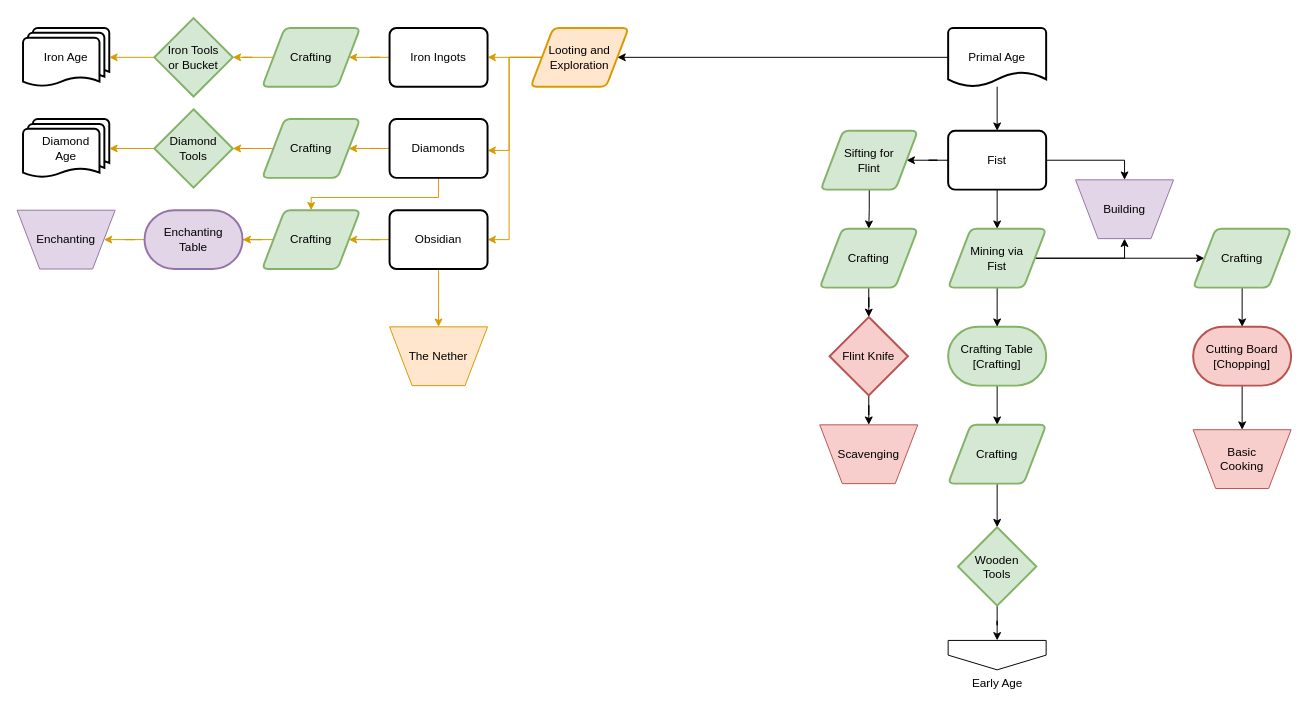
The draw.io diagram page "Primal Age" (3 of 7) of flowcharts/progression.drawio in MeepishRealms/Cog, before the edit. Source tidied: cells renumbered, new cells numbered last; positions are measured from the earlier drawing's top-left corner, leaving out a move shared by most shapes. Both pictures are drawn from the tidied source at 98%, with x=0, y=0 at pixel (17, 18).
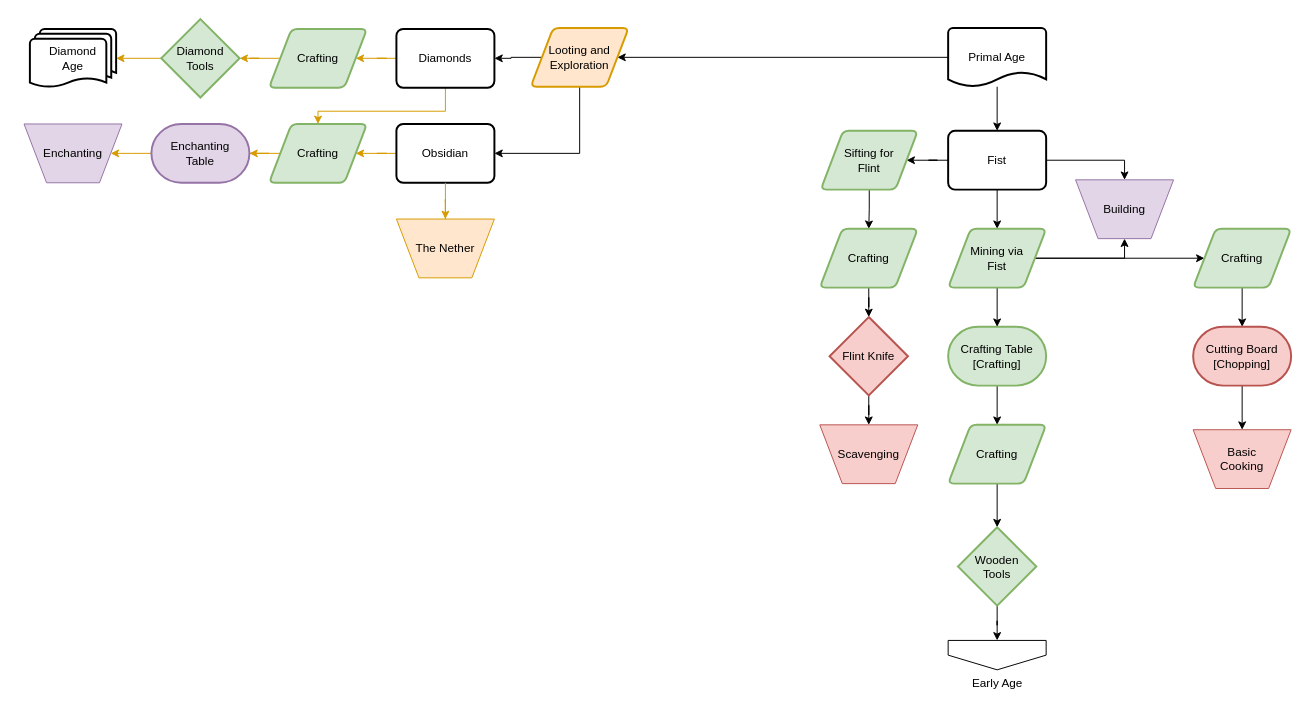
The same diagram, later.

The change refers to these unchanged cells:
```xml
<mxCell id="31" value="Looting and&lt;br&gt;Exploration" style="shape=parallelogram;html=1;strokeWidth=2;perimeter=parallelogramPerimeter;whiteSpace=wrap;rounded=1;arcSize=12;size=0.23;fillColor=#ffe6cc;strokeColor=#d79b00;" parent="1" vertex="1">
  <mxGeometry x="524" y="10" width="100" height="60" as="geometry" />
</mxCell>
```

The edit, as a diff of the source:
```diff
@@
-    <mxCell id="28" style="edgeStyle=orthogonalEdgeStyle;rounded=0;jettySize=auto;html=1;exitX=0;exitY=0.5;exitDx=0;exitDy=0;entryX=1;entryY=0.5;entryDx=0;entryDy=0;fillColor=#ffe6cc;strokeColor=#d79b00;" parent="1" edge="1" source="31" target="33">
-      <mxGeometry relative="1" as="geometry" />
-    </mxCell>
-    <mxCell id="29" style="edgeStyle=orthogonalEdgeStyle;rounded=0;jettySize=auto;html=1;exitX=0;exitY=0.5;exitDx=0;exitDy=0;fillColor=#ffe6cc;strokeColor=#d79b00;" parent="1" edge="1" target="39">
-      <mxGeometry relative="1" as="geometry">
-        <mxPoint x="537.5" y="40" as="sourcePoint" />
-        <Array as="points">
-          <mxPoint x="502" y="40" />
-          <mxPoint x="502" y="135" />
-        </Array>
-      </mxGeometry>
-    </mxCell>
+    <mxCell id="62" style="edgeStyle=orthogonalEdgeStyle;rounded=0;jettySize=auto;html=1;" parent="1" edge="1" source="31" target="39">
+      <mxGeometry relative="1" as="geometry" />
+    </mxCell>
-    <mxCell id="30" style="edgeStyle=orthogonalEdgeStyle;rounded=0;jettySize=auto;html=1;exitX=0;exitY=0.5;exitDx=0;exitDy=0;entryX=1;entryY=0.5;entryDx=0;entryDy=0;fillColor=#ffe6cc;strokeColor=#d79b00;" parent="1" edge="1" source="31" target="54">
+    <mxCell id="30" style="edgeStyle=orthogonalEdgeStyle;rounded=0;jettySize=auto;html=1;exitX=0.5;exitY=1;exitDx=0;exitDy=0;entryX=1;entryY=0.5;entryDx=0;entryDy=0;" parent="1" edge="1" source="31" target="54">
       <mxGeometry relative="1" as="geometry" />
     </mxCell>
@@
-    <mxCell id="32" style="edgeStyle=orthogonalEdgeStyle;rounded=0;jettySize=auto;html=1;exitX=0;exitY=0.5;exitDx=0;exitDy=0;fillColor=#ffe6cc;strokeColor=#d79b00;" parent="1" edge="1" source="33" target="48">
-      <mxGeometry relative="1" as="geometry" />
-    </mxCell>
-    <mxCell id="33" value="Iron Ingots" style="rounded=1;whiteSpace=wrap;html=1;absoluteArcSize=1;arcSize=14;strokeWidth=2;" parent="1" vertex="1">
-      <mxGeometry x="380" y="10" width="100" height="60" as="geometry" />
-    </mxCell>
@@
     <mxCell id="35" value="Crafting" style="shape=parallelogram;html=1;strokeWidth=2;perimeter=parallelogramPerimeter;whiteSpace=wrap;rounded=1;arcSize=12;size=0.23;fillColor=#d5e8d4;strokeColor=#82b366;" parent="1" vertex="1">
-      <mxGeometry x="250" y="103" width="100" height="60" as="geometry" />
+      <mxGeometry x="257" y="11" width="100" height="60" as="geometry" />
     </mxCell>
-    <mxCell id="36" value="Iron Age" style="strokeWidth=2;html=1;shape=mxgraph.flowchart.multi-document;whiteSpace=wrap;" parent="1" vertex="1">
-      <mxGeometry x="6" y="10" width="88" height="60" as="geometry" />
-    </mxCell>
@@
     <mxCell id="38" style="edgeStyle=orthogonalEdgeStyle;rounded=0;jettySize=auto;html=1;exitX=0.5;exitY=1;exitDx=0;exitDy=0;fillColor=#ffe6cc;strokeColor=#d79b00;" parent="1" edge="1" source="39" target="46">
       <mxGeometry relative="1" as="geometry">
         <Array as="points">
-          <mxPoint x="430" y="183" />
-          <mxPoint x="300" y="183" />
+          <mxPoint x="437" y="95" />
+          <mxPoint x="307" y="95" />
         </Array>
       </mxGeometry>
     </mxCell>
     <mxCell id="39" value="Diamonds" style="rounded=1;whiteSpace=wrap;html=1;absoluteArcSize=1;arcSize=14;strokeWidth=2;" parent="1" vertex="1">
-      <mxGeometry x="380" y="103" width="100" height="60" as="geometry" />
+      <mxGeometry x="387" y="11" width="100" height="60" as="geometry" />
     </mxCell>
     <mxCell id="40" value="Diamond&lt;br&gt;Age" style="strokeWidth=2;html=1;shape=mxgraph.flowchart.multi-document;whiteSpace=wrap;" parent="1" vertex="1">
-      <mxGeometry x="6" y="103" width="88" height="60" as="geometry" />
+      <mxGeometry x="13" y="11" width="88" height="60" as="geometry" />
     </mxCell>
-    <mxCell id="41" style="edgeStyle=orthogonalEdgeStyle;rounded=0;jettySize=auto;html=1;exitX=0;exitY=0.5;exitDx=0;exitDy=0;exitPerimeter=0;fillColor=#ffe6cc;strokeColor=#d79b00;" parent="1" edge="1" source="42" target="36">
-      <mxGeometry relative="1" as="geometry" />
-    </mxCell>
-    <mxCell id="42" value="Iron Tools&lt;br&gt;or Bucket" style="strokeWidth=2;html=1;shape=mxgraph.flowchart.decision;whiteSpace=wrap;fillColor=#d5e8d4;strokeColor=#82b366;" parent="1" vertex="1">
-      <mxGeometry x="140" width="80" height="80" as="geometry" />
-    </mxCell>
@@
     <mxCell id="44" value="Diamond&lt;br&gt;Tools" style="strokeWidth=2;html=1;shape=mxgraph.flowchart.decision;whiteSpace=wrap;fillColor=#d5e8d4;strokeColor=#82b366;" parent="1" vertex="1">
-      <mxGeometry x="140" y="93" width="80" height="80" as="geometry" />
+      <mxGeometry x="147" y="1" width="80" height="80" as="geometry" />
     </mxCell>
@@
     <mxCell id="46" value="Crafting" style="shape=parallelogram;html=1;strokeWidth=2;perimeter=parallelogramPerimeter;whiteSpace=wrap;rounded=1;arcSize=12;size=0.23;fillColor=#d5e8d4;strokeColor=#82b366;" parent="1" vertex="1">
-      <mxGeometry x="250" y="196" width="100" height="60" as="geometry" />
+      <mxGeometry x="257" y="108" width="100" height="60" as="geometry" />
     </mxCell>
-    <mxCell id="47" style="edgeStyle=orthogonalEdgeStyle;rounded=0;jettySize=auto;html=1;exitX=0;exitY=0.5;exitDx=0;exitDy=0;fillColor=#ffe6cc;strokeColor=#d79b00;" parent="1" edge="1" source="48" target="42">
-      <mxGeometry relative="1" as="geometry" />
-    </mxCell>
-    <mxCell id="48" value="Crafting" style="shape=parallelogram;html=1;strokeWidth=2;perimeter=parallelogramPerimeter;whiteSpace=wrap;rounded=1;arcSize=12;size=0.23;fillColor=#d5e8d4;strokeColor=#82b366;" parent="1" vertex="1">
-      <mxGeometry x="250" y="10" width="100" height="60" as="geometry" />
-    </mxCell>
-    <mxCell id="49" style="edgeStyle=orthogonalEdgeStyle;rounded=0;jettySize=auto;html=1;fillColor=#ffe6cc;strokeColor=#d79b00;" parent="1" edge="1" source="50" target="51">
-      <mxGeometry relative="1" as="geometry" />
+    <mxCell id="49" style="edgeStyle=orthogonalEdgeStyle;rounded=0;jettySize=auto;html=1;fillColor=#ffe6cc;strokeColor=#d79b00;" parent="1" edge="1" source="50">
+      <mxGeometry relative="1" as="geometry">
+        <mxPoint x="95.5" y="138" as="targetPoint" />
+      </mxGeometry>
     </mxCell>
     <mxCell id="50" value="Enchanting&lt;br&gt;Table" style="strokeWidth=2;html=1;shape=mxgraph.flowchart.terminator;whiteSpace=wrap;fillColor=#e1d5e7;strokeColor=#9673a6;" parent="1" vertex="1">
-      <mxGeometry x="130" y="196" width="100" height="60" as="geometry" />
+      <mxGeometry x="137" y="108" width="100" height="60" as="geometry" />
     </mxCell>
     <mxCell id="51" value="Enchanting" style="verticalLabelPosition=middle;verticalAlign=middle;html=1;shape=trapezoid;perimeter=trapezoidPerimeter;whiteSpace=wrap;size=0.23;arcSize=10;flipV=1;labelPosition=center;align=center;fillColor=#e1d5e7;strokeColor=#9673a6;" parent="1" vertex="1">
-      <mxGeometry y="196" width="100" height="60" as="geometry" />
+      <mxGeometry x="7" y="108" width="100" height="60" as="geometry" />
     </mxCell>
@@
-    <mxCell id="53" style="edgeStyle=orthogonalEdgeStyle;rounded=0;jettySize=auto;html=1;fillColor=#ffe6cc;strokeColor=#d79b00;" parent="1" edge="1" source="54" target="55">
-      <mxGeometry relative="1" as="geometry" />
+    <mxCell id="53" style="edgeStyle=orthogonalEdgeStyle;rounded=0;jettySize=auto;html=1;fillColor=#ffe6cc;strokeColor=#d79b00;" parent="1" edge="1" source="55">
+      <mxGeometry relative="1" as="geometry">
+        <mxPoint x="437" y="227" as="targetPoint" />
+      </mxGeometry>
     </mxCell>
     <mxCell id="54" value="Obsidian" style="rounded=1;whiteSpace=wrap;html=1;absoluteArcSize=1;arcSize=14;strokeWidth=2;" parent="1" vertex="1">
-      <mxGeometry x="380" y="196" width="100" height="60" as="geometry" />
+      <mxGeometry x="387" y="108" width="100" height="60" as="geometry" />
     </mxCell>
-    <mxCell id="55" value="The Nether" style="verticalLabelPosition=middle;verticalAlign=middle;html=1;shape=trapezoid;perimeter=trapezoidPerimeter;whiteSpace=wrap;size=0.23;arcSize=10;flipV=1;labelPosition=center;align=center;fillColor=#ffe6cc;strokeColor=#d79b00;" parent="1" vertex="1">
-      <mxGeometry x="380" y="315" width="100" height="60" as="geometry" />
-    </mxCell>
@@
+    <mxCell id="63" style="edgeStyle=orthogonalEdgeStyle;rounded=0;jettySize=auto;html=1;fillColor=#ffe6cc;strokeColor=#d79b00;" parent="1" edge="1" source="54" target="55">
+      <mxGeometry relative="1" as="geometry" />
+    </mxCell>
+    <mxCell id="55" value="The Nether" style="verticalLabelPosition=middle;verticalAlign=middle;html=1;shape=trapezoid;perimeter=trapezoidPerimeter;whiteSpace=wrap;size=0.23;arcSize=10;flipV=1;labelPosition=center;align=center;fillColor=#ffe6cc;strokeColor=#d79b00;" parent="1" vertex="1">
+      <mxGeometry x="387" y="205" width="100" height="60" as="geometry" />
+    </mxCell>
```
